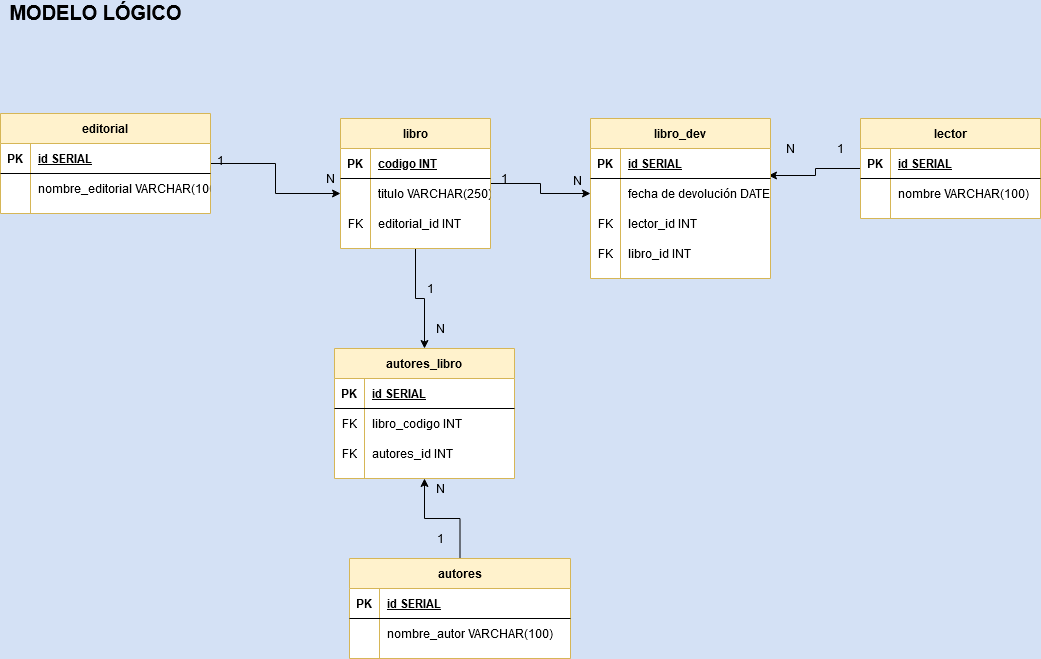
Before: Diagrama_Libros.png, a diagram exported from draw.io (gilibethvega/libros_normalizacion). Source tidied: cells renumbered, new cells last; positions are measured from the earlier drawing's top-left corner, leaving out a move shared by most shapes.
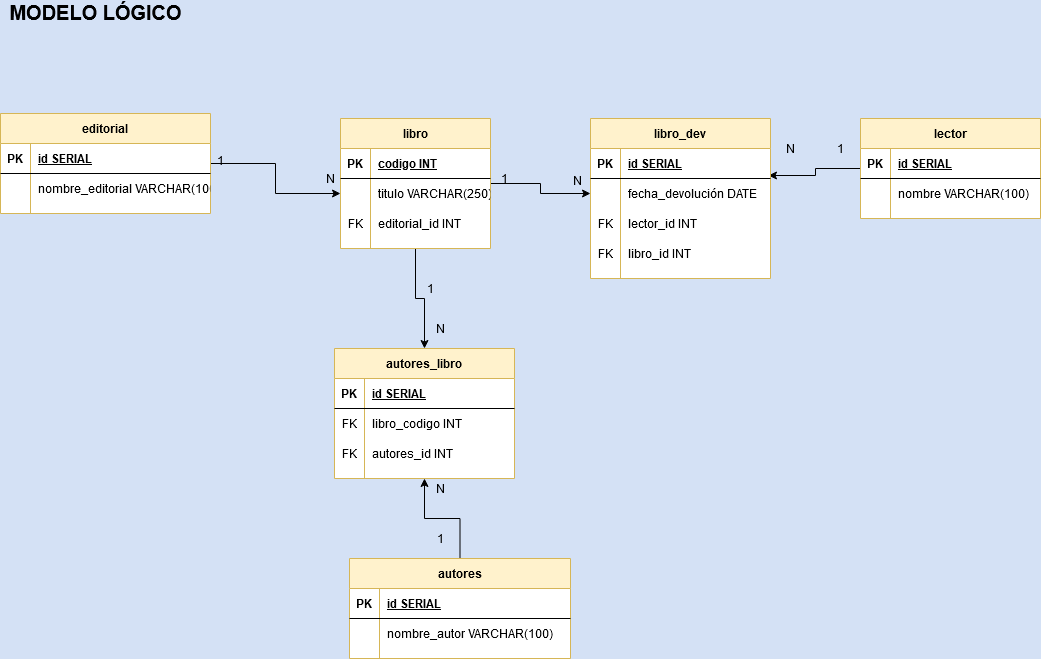
Above is the later version.

Diff of the diagram source:
```diff
@@ -104,7 +104,7 @@
     <mxCell id="35" style="shape=partialRectangle;fillColor=none;top=0;left=0;bottom=0;right=0;overflow=hidden;" parent="34" vertex="1">
       <mxGeometry width="30" height="30" as="geometry" />
     </mxCell>
-    <mxCell id="36" value="fecha de devolución DATE" style="shape=partialRectangle;fillColor=none;top=0;left=0;bottom=0;right=0;align=left;spacingLeft=6;overflow=hidden;" parent="34" vertex="1">
+    <mxCell id="36" value="fecha_devolución DATE" style="shape=partialRectangle;fillColor=none;top=0;left=0;bottom=0;right=0;align=left;spacingLeft=6;overflow=hidden;" parent="34" vertex="1">
       <mxGeometry x="30" width="150" height="30" as="geometry" />
     </mxCell>
     <mxCell id="37" style="shape=partialRectangle;fillColor=none;top=0;left=0;bottom=0;right=0;" parent="30" vertex="1">
```
